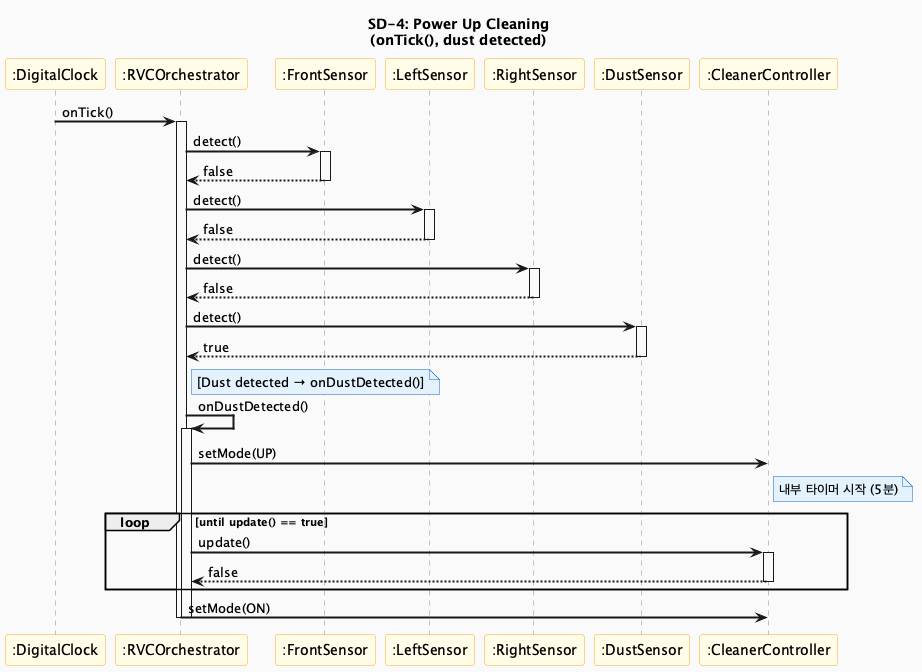
The PlantUML diagram docs/vibe-coding/03-ood/images/SD4_PowerUpCleaning.png in OOP-konkuk/CICD-Team7, before a commit.
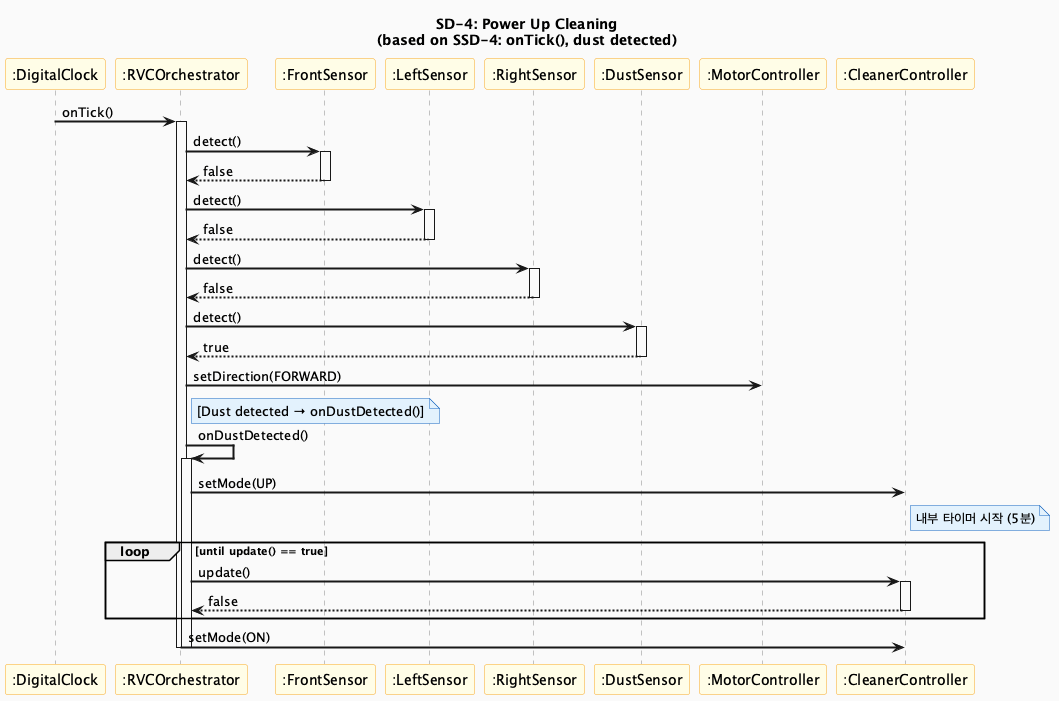
After the commit.

Diff of the diagram source:
```diff
@@ -7,7 +7,7 @@
 skinparam noteBackgroundColor #E3F2FD
 skinparam noteBorderColor #1565C0
 
-title SD-4: Power Up Cleaning\n(onTick(), dust detected)
+title SD-4: Power Up Cleaning\n(based on SSD-4: onTick(), dust detected)
 
 participant ":DigitalClock" as Clock
 participant ":RVCOrchestrator" as Orch
@@ -15,6 +15,7 @@
 participant ":LeftSensor" as LS
 participant ":RightSensor" as RS
 participant ":DustSensor" as DS
+participant ":MotorController" as Motor
 participant ":CleanerController" as Cleaner
 
 Clock -> Orch : onTick()
@@ -35,6 +36,7 @@
 activate DS
 DS --> Orch : true
 deactivate DS
+Orch -> Motor : setDirection(FORWARD)
 note right of Orch : [Dust detected → onDustDetected()]
 Orch -> Orch : onDustDetected()
 activate Orch
```
